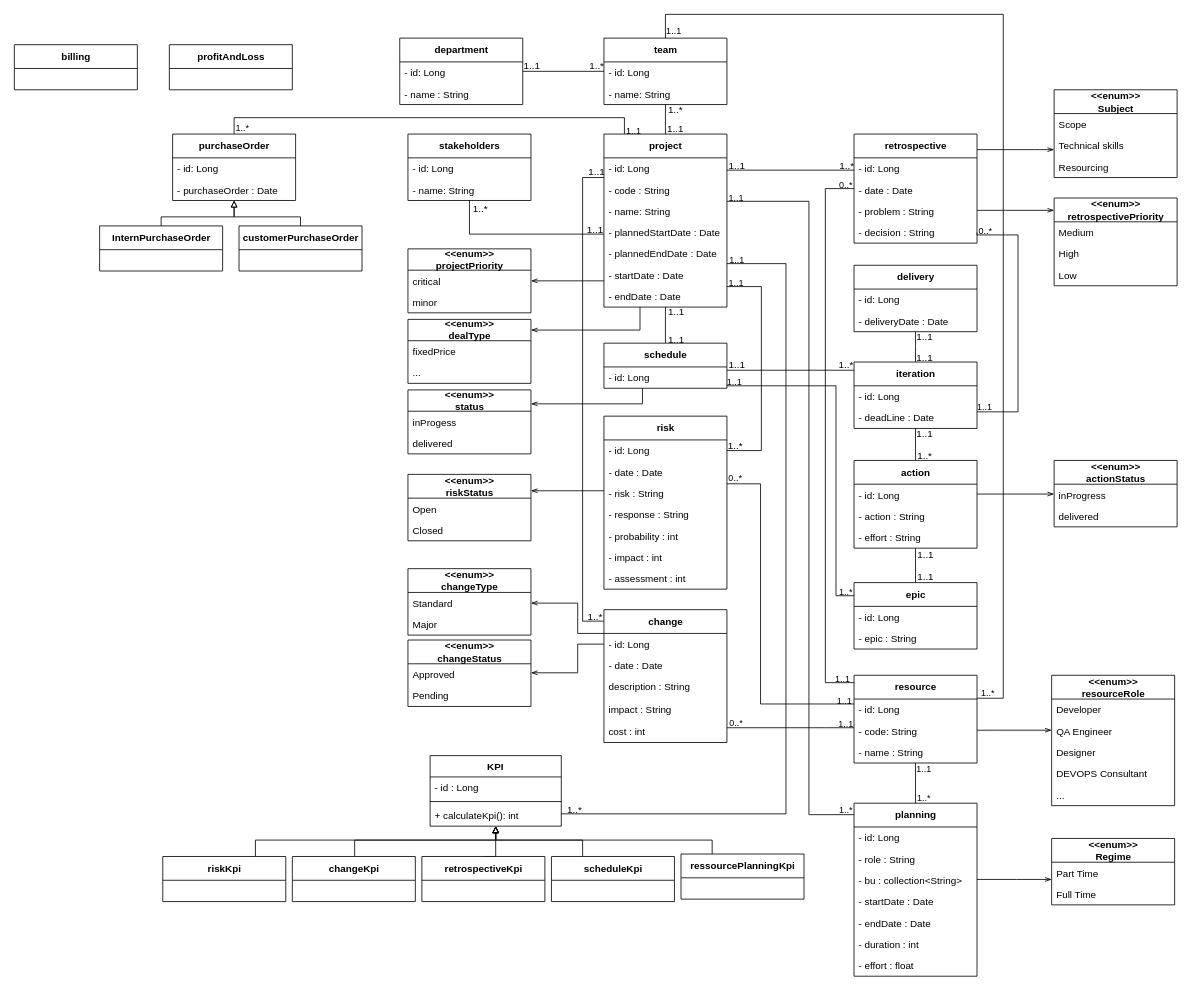
The draw.io diagram Domain Class Diagram.drawio in ZidiMedAmine/UML, before the edit. Source tidied: cells renumbered, new cells numbered last; positions are measured from the earlier drawing's top-left corner, leaving out a move shared by most shapes. Both pictures are drawn from the tidied source at 82%, with x=0, y=0 at pixel (14, 14).
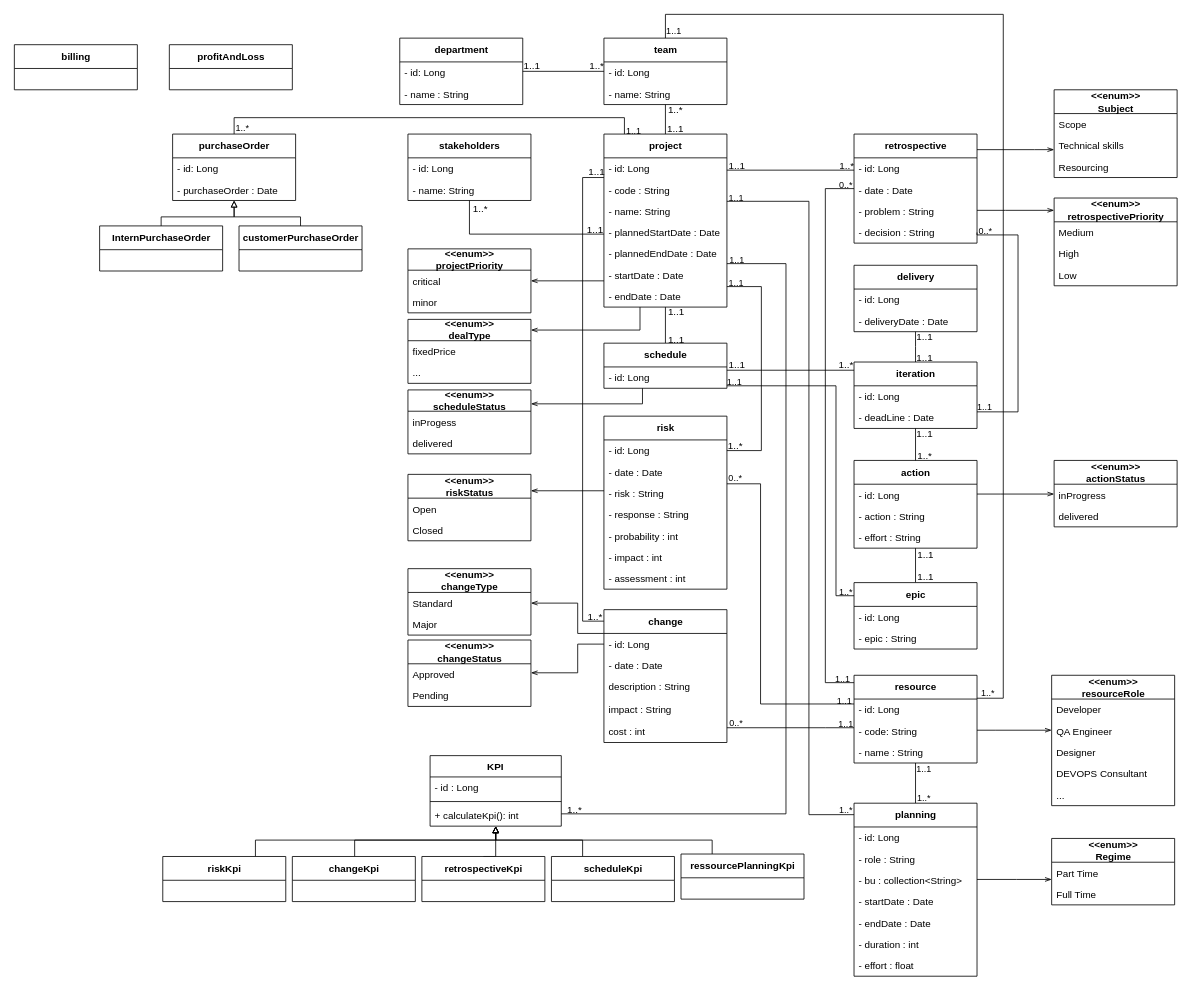
After the change.

What changed in the source:
```diff
@@
-    <mxCell id="98" value="&amp;lt;&amp;lt;enum&amp;gt;&amp;gt; &lt;br&gt;status" style="swimlane;fontStyle=1;align=center;verticalAlign=middle;horizontal=1;startSize=26;html=1;shadow=0;fontSize=12;labelPosition=center;verticalLabelPosition=middle;" parent="1" vertex="1">
+    <mxCell id="98" value="&amp;lt;&amp;lt;enum&amp;gt;&amp;gt; &lt;br&gt;scheduleStatus" style="swimlane;fontStyle=1;align=center;verticalAlign=middle;horizontal=1;startSize=26;html=1;shadow=0;fontSize=12;labelPosition=center;verticalLabelPosition=middle;" parent="1" vertex="1">
       <mxGeometry x="480" y="458" width="150" height="78" as="geometry" />
     </mxCell>
```
